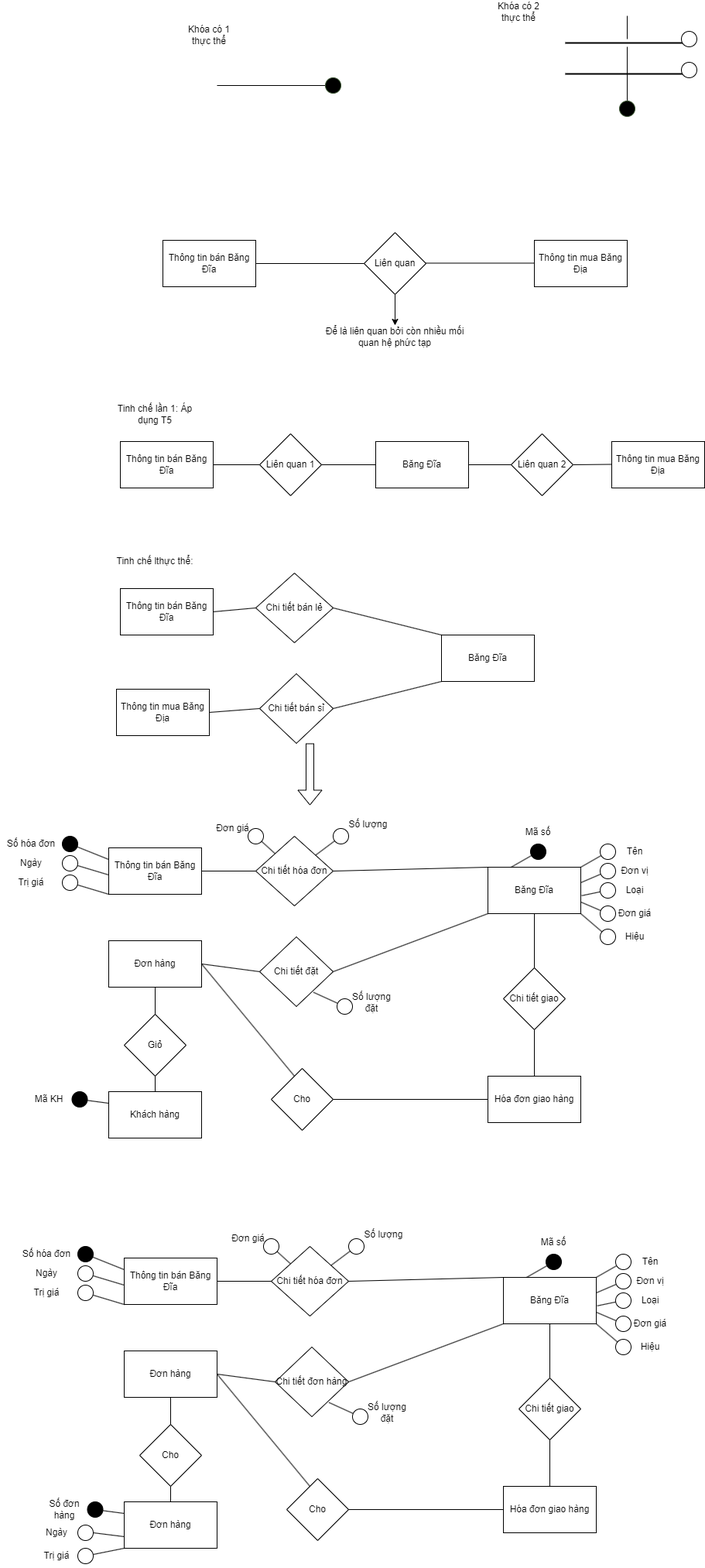
Before: Khóa(Chương 2).png, a diagram exported from draw.io (datnham0212/learning). Source tidied: cells renumbered, new cells last; positions are measured from the earlier drawing's top-left corner, leaving out a move shared by most shapes.
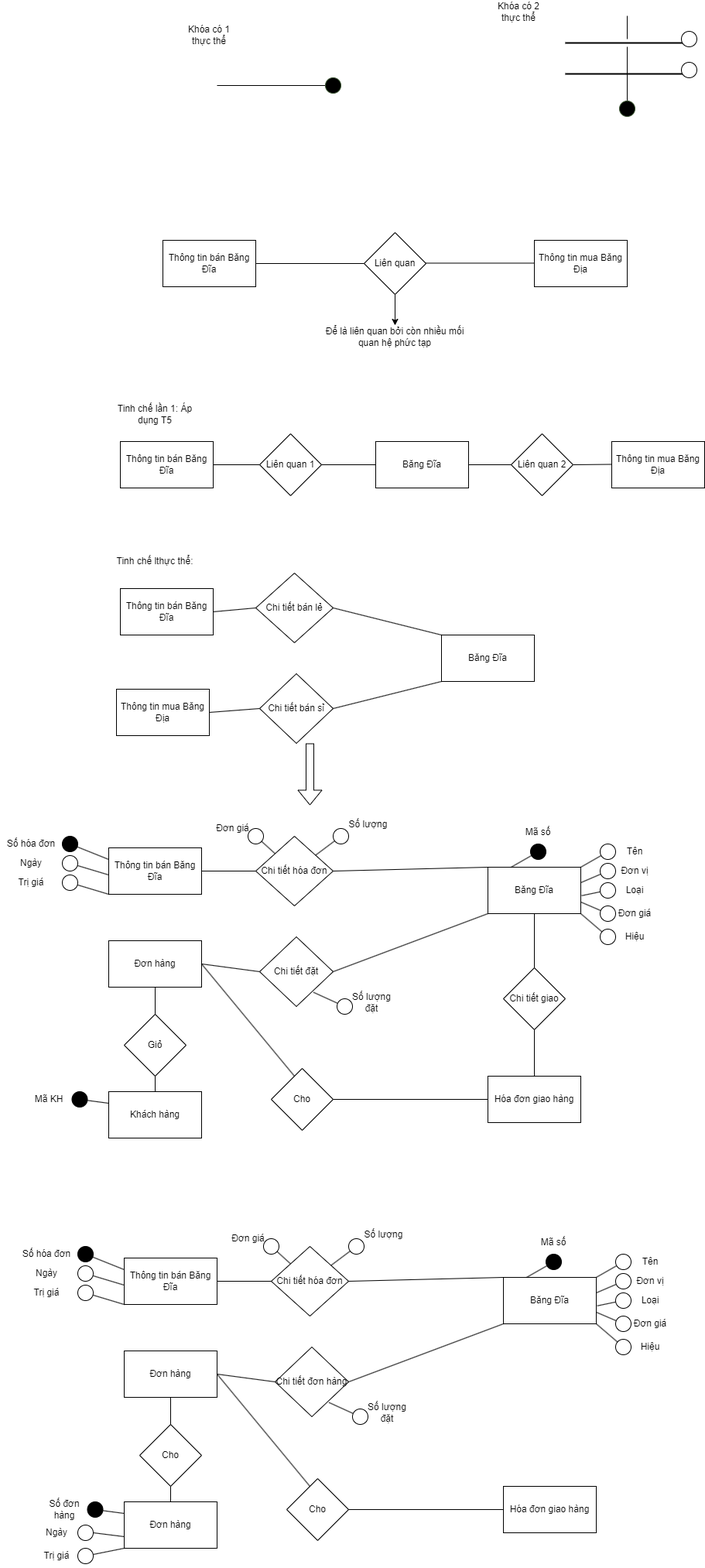
The same file after the commit.

What changed in the source:
```diff
@@ -388,17 +388,6 @@
     <mxCell id="116" value="Hóa đơn giao hàng" style="rounded=0;whiteSpace=wrap;html=1;" parent="1" vertex="1">
       <mxGeometry x="650" y="1920" width="120" height="60" as="geometry" />
     </mxCell>
-    <mxCell id="117" value="Chi tiết giao" style="rhombus;whiteSpace=wrap;html=1;" parent="1" vertex="1">
-      <mxGeometry x="670" y="1780" width="80" height="80" as="geometry" />
-    </mxCell>
-    <mxCell id="118" style="endArrow=none;html=1;rounded=0;entryX=0.5;entryY=1;entryDx=0;entryDy=0;" parent="1" edge="1" target="100">
-      <mxGeometry relative="1" as="geometry">
-        <mxPoint x="710" y="1780" as="sourcePoint" />
-      </mxGeometry>
-    </mxCell>
-    <mxCell id="119" style="endArrow=none;html=1;rounded=0;entryX=0.5;entryY=1;entryDx=0;entryDy=0;exitX=0.5;exitY=0;exitDx=0;exitDy=0;" parent="1" edge="1" source="116" target="117">
-      <mxGeometry relative="1" as="geometry" />
-    </mxCell>
     <mxCell id="120" style="endArrow=none;html=1;rounded=0;" parent="1" edge="1" source="101" target="121">
       <mxGeometry relative="1" as="geometry" />
     </mxCell>
```
